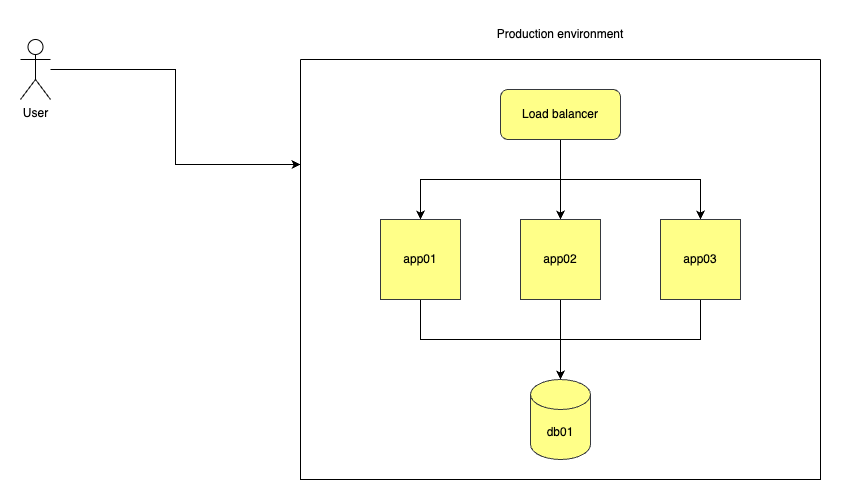
Above: Devops-practice-chatty.png in Abu-Zakaria/devops-practice-chatty-infra (draw.io), before the change. Source tidied: cells renumbered, new cells last; positions are measured from the earlier drawing's top-left corner, leaving out a move shared by most shapes.
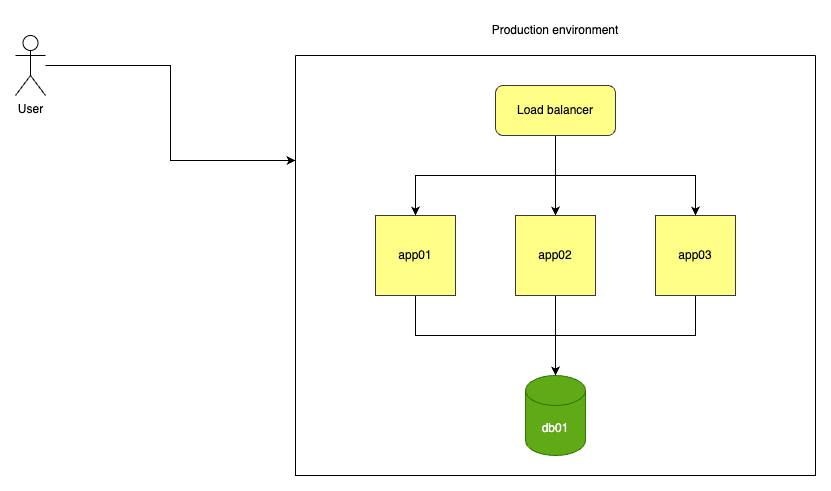
Above is the later version.

Diff of the diagram source:
```diff
@@ -51,7 +51,7 @@
     <mxCell id="14" value="app03" style="whiteSpace=wrap;html=1;fillColor=#ffff88;strokeColor=#36393d;" parent="4" vertex="1">
       <mxGeometry x="360" y="160" width="80" height="80" as="geometry" />
     </mxCell>
-    <mxCell id="15" value="db01" style="shape=cylinder3;whiteSpace=wrap;html=1;boundedLbl=1;backgroundOutline=1;size=15;fillColor=#ffff88;strokeColor=#36393d;" parent="4" vertex="1">
+    <mxCell id="15" value="db01" style="shape=cylinder3;whiteSpace=wrap;html=1;boundedLbl=1;backgroundOutline=1;size=15;fillColor=#60a917;strokeColor=#2D7600;fontColor=#ffffff;" parent="4" vertex="1">
       <mxGeometry x="230" y="320" width="60" height="80" as="geometry" />
     </mxCell>
     <mxCell id="16" value="Production environment" style="text;html=1;strokeColor=none;fillColor=none;align=center;verticalAlign=middle;whiteSpace=wrap;rounded=0;" parent="1" vertex="1">
```
